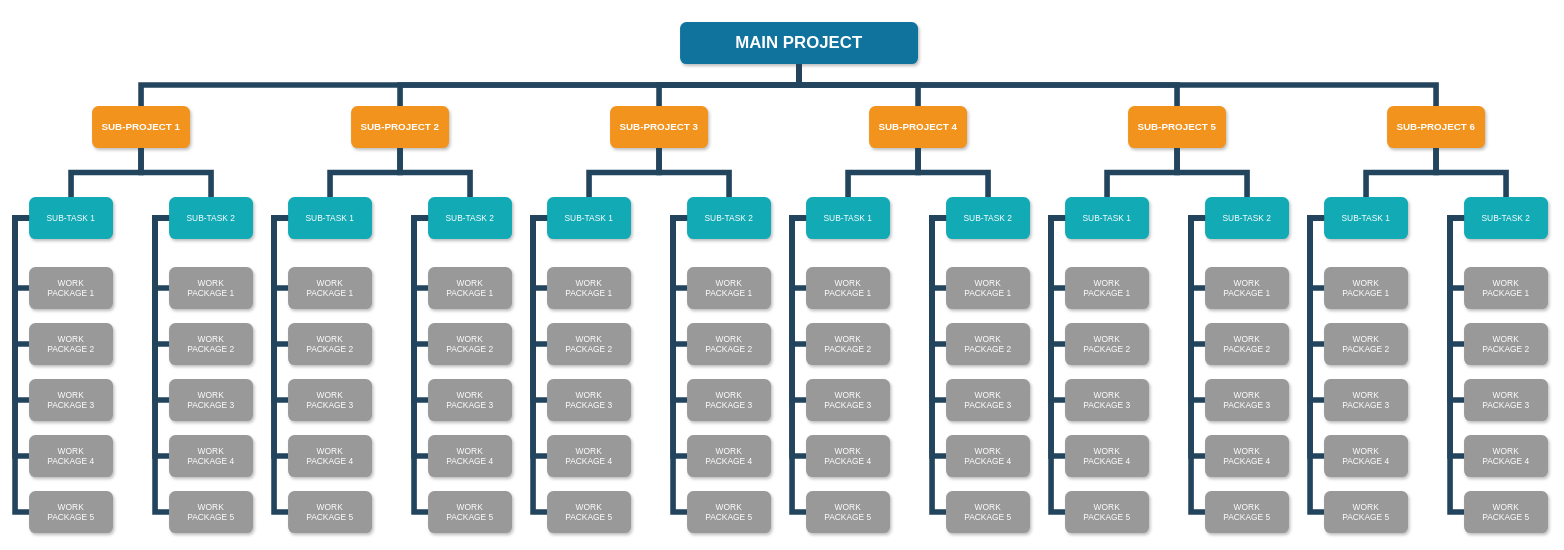
Before: Untitled Diagram.drawio in spawn1978/teclab, a draw.io diagram. Source tidied: cells renumbered, new cells numbered last; positions are measured from the earlier drawing's top-left corner, leaving out a move shared by most shapes. Both pictures are drawn from the tidied source at 70%, with x=0, y=0 at pixel (15, 22).
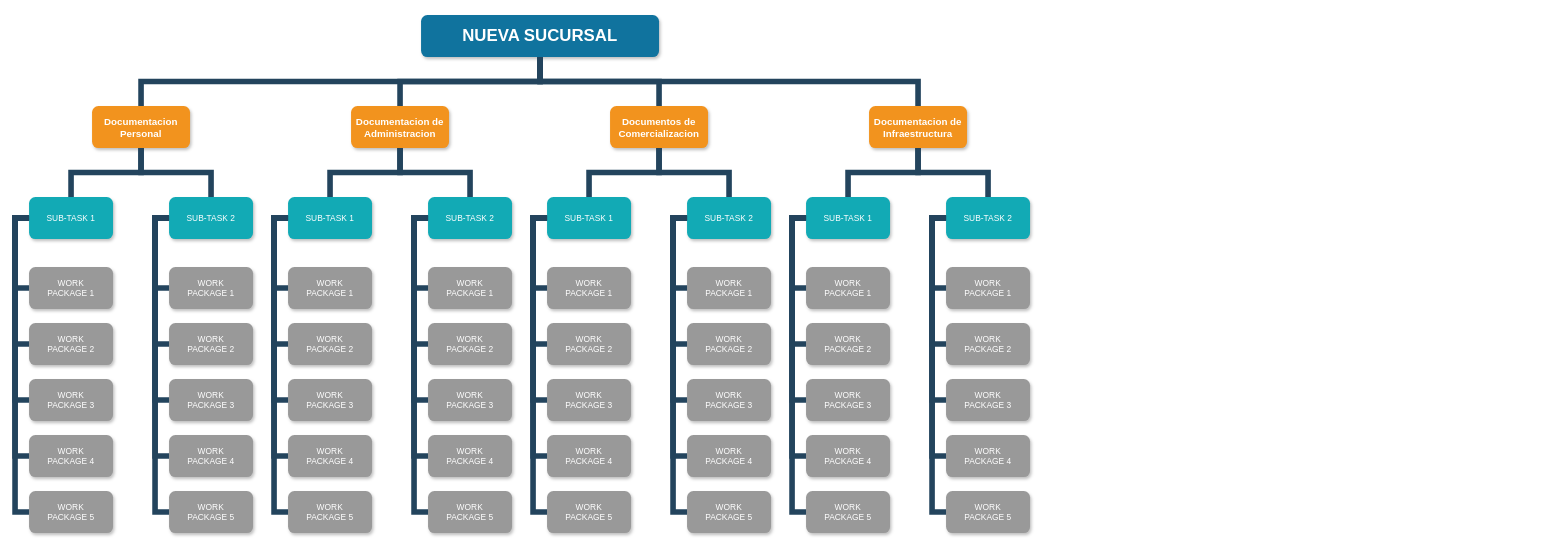
The same diagram, later.

What changed in the source:
```diff
@@
-    <mxCell id="2" value="MAIN PROJECT" style="whiteSpace=wrap;rounded=1;shadow=1;fillColor=#10739E;strokeColor=none;fontColor=#FFFFFF;fontStyle=1;fontSize=24;" parent="1" vertex="1">
-      <mxGeometry x="950" width="340" height="60" as="geometry" />
+    <mxCell id="2" value="NUEVA SUCURSAL" style="whiteSpace=wrap;rounded=1;shadow=1;fillColor=#10739E;strokeColor=none;fontColor=#FFFFFF;fontStyle=1;fontSize=24;" parent="1" vertex="1">
+      <mxGeometry x="580" y="-10" width="340" height="60" as="geometry" />
     </mxCell>
-    <mxCell id="3" value="SUB-PROJECT 1" style="whiteSpace=wrap;rounded=1;fillColor=#F2931E;strokeColor=none;shadow=1;fontColor=#FFFFFF;fontStyle=1;fontSize=14;" parent="1" vertex="1">
+    <mxCell id="3" value="Documentacion Personal" style="whiteSpace=wrap;rounded=1;fillColor=#F2931E;strokeColor=none;shadow=1;fontColor=#FFFFFF;fontStyle=1;fontSize=14;" parent="1" vertex="1">
       <mxGeometry x="110" y="120" width="140" height="60" as="geometry" />
     </mxCell>
-    <mxCell id="4" value="SUB-PROJECT 2" style="whiteSpace=wrap;rounded=1;fillColor=#F2931E;strokeColor=none;shadow=1;fontColor=#FFFFFF;fontStyle=1;fontSize=14;" parent="1" vertex="1">
+    <mxCell id="4" value="Documentacion de Administracion" style="whiteSpace=wrap;rounded=1;fillColor=#F2931E;strokeColor=none;shadow=1;fontColor=#FFFFFF;fontStyle=1;fontSize=14;" parent="1" vertex="1">
       <mxGeometry x="480" y="120" width="140" height="60" as="geometry" />
     </mxCell>
-    <mxCell id="5" value="SUB-PROJECT 6" style="whiteSpace=wrap;rounded=1;fillColor=#F2931E;strokeColor=none;shadow=1;fontColor=#FFFFFF;fontStyle=1;fontSize=14;" parent="1" vertex="1">
-      <mxGeometry x="1960" y="120" width="140" height="60" as="geometry" />
-    </mxCell>
-    <mxCell id="6" value="SUB-PROJECT 3" style="whiteSpace=wrap;rounded=1;fillColor=#F2931E;strokeColor=none;shadow=1;fontColor=#FFFFFF;fontStyle=1;fontSize=14;" parent="1" vertex="1">
+    <mxCell id="6" value="Documentos de Comercializacion" style="whiteSpace=wrap;rounded=1;fillColor=#F2931E;strokeColor=none;shadow=1;fontColor=#FFFFFF;fontStyle=1;fontSize=14;" parent="1" vertex="1">
       <mxGeometry x="850" y="120" width="140" height="60" as="geometry" />
     </mxCell>
-    <mxCell id="7" value="SUB-PROJECT 4" style="whiteSpace=wrap;rounded=1;fillColor=#F2931E;strokeColor=none;shadow=1;fontColor=#FFFFFF;fontStyle=1;fontSize=14;" parent="1" vertex="1">
+    <mxCell id="7" value="Documentacion de Infraestructura" style="whiteSpace=wrap;rounded=1;fillColor=#F2931E;strokeColor=none;shadow=1;fontColor=#FFFFFF;fontStyle=1;fontSize=14;" parent="1" vertex="1">
       <mxGeometry x="1220" y="120" width="140" height="60" as="geometry" />
     </mxCell>
-    <mxCell id="8" value="SUB-PROJECT 5" style="whiteSpace=wrap;rounded=1;fillColor=#F2931E;strokeColor=none;shadow=1;fontColor=#FFFFFF;fontStyle=1;fontSize=14;" parent="1" vertex="1">
-      <mxGeometry x="1590" y="120" width="140" height="60" as="geometry" />
-    </mxCell>
@@
-    <mxCell id="101" value="SUB-TASK 1" style="whiteSpace=wrap;rounded=1;fillColor=#12AAB5;strokeColor=none;shadow=1;fontColor=#FFFFFF;" parent="1" vertex="1">
-      <mxGeometry x="1500" y="250" width="120" height="60" as="geometry" />
-    </mxCell>
-    <mxCell id="102" value="SUB-TASK 2" style="whiteSpace=wrap;rounded=1;fillColor=#12AAB5;strokeColor=none;shadow=1;fontColor=#FFFFFF;" parent="1" vertex="1">
-      <mxGeometry x="1700" y="250" width="120" height="60" as="geometry" />
-    </mxCell>
-    <mxCell id="103" value="WORK&#10;PACKAGE 1" style="whiteSpace=wrap;rounded=1;fillColor=#999999;strokeColor=none;shadow=1;fontColor=#FFFFFF;fontStyle=0;" parent="1" vertex="1">
-      <mxGeometry x="1500" y="350" width="120" height="60" as="geometry" />
-    </mxCell>
-    <mxCell id="104" value="WORK&#10;PACKAGE 2" style="whiteSpace=wrap;rounded=1;fillColor=#999999;strokeColor=none;shadow=1;fontColor=#FFFFFF;fontStyle=0;" parent="1" vertex="1">
-      <mxGeometry x="1500" y="430" width="120" height="60" as="geometry" />
-    </mxCell>
-    <mxCell id="105" value="WORK&#10;PACKAGE 3" style="whiteSpace=wrap;rounded=1;fillColor=#999999;strokeColor=none;shadow=1;fontColor=#FFFFFF;fontStyle=0;" parent="1" vertex="1">
-      <mxGeometry x="1500" y="510" width="120" height="60" as="geometry" />
-    </mxCell>
-    <mxCell id="106" value="WORK&#10;PACKAGE 4" style="whiteSpace=wrap;rounded=1;fillColor=#999999;strokeColor=none;shadow=1;fontColor=#FFFFFF;fontStyle=0;" parent="1" vertex="1">
-      <mxGeometry x="1500" y="590" width="120" height="60" as="geometry" />
-    </mxCell>
-    <mxCell id="107" value="WORK&#10;PACKAGE 5" style="whiteSpace=wrap;rounded=1;fillColor=#999999;strokeColor=none;shadow=1;fontColor=#FFFFFF;fontStyle=0;" parent="1" vertex="1">
-      <mxGeometry x="1500" y="670" width="120" height="60" as="geometry" />
-    </mxCell>
-    <mxCell id="108" value="WORK&#10;PACKAGE 1" style="whiteSpace=wrap;rounded=1;fillColor=#999999;strokeColor=none;shadow=1;fontColor=#FFFFFF;fontStyle=0;" parent="1" vertex="1">
-      <mxGeometry x="1700" y="350" width="120" height="60" as="geometry" />
-    </mxCell>
-    <mxCell id="109" value="WORK&#10;PACKAGE 2" style="whiteSpace=wrap;rounded=1;fillColor=#999999;strokeColor=none;shadow=1;fontColor=#FFFFFF;fontStyle=0;" parent="1" vertex="1">
-      <mxGeometry x="1700" y="430" width="120" height="60" as="geometry" />
-    </mxCell>
-    <mxCell id="110" value="WORK&#10;PACKAGE 3" style="whiteSpace=wrap;rounded=1;fillColor=#999999;strokeColor=none;shadow=1;fontColor=#FFFFFF;fontStyle=0;" parent="1" vertex="1">
-      <mxGeometry x="1700" y="510" width="120" height="60" as="geometry" />
-    </mxCell>
-    <mxCell id="111" value="WORK&#10;PACKAGE 4" style="whiteSpace=wrap;rounded=1;fillColor=#999999;strokeColor=none;shadow=1;fontColor=#FFFFFF;fontStyle=0;" parent="1" vertex="1">
-      <mxGeometry x="1700" y="590" width="120" height="60" as="geometry" />
-    </mxCell>
-    <mxCell id="112" value="WORK&#10;PACKAGE 5" style="whiteSpace=wrap;rounded=1;fillColor=#999999;strokeColor=none;shadow=1;fontColor=#FFFFFF;fontStyle=0;" parent="1" vertex="1">
-      <mxGeometry x="1700" y="670" width="120" height="60" as="geometry" />
-    </mxCell>
-    <mxCell id="113" style="edgeStyle=elbowEdgeStyle;elbow=horizontal;rounded=0;fontColor=#000000;endArrow=none;endFill=0;strokeWidth=8;strokeColor=#23445D;" parent="1" edge="1" source="101" target="103">
-      <mxGeometry relative="1" as="geometry">
-        <Array as="points">
-          <mxPoint x="1480" y="330" />
-        </Array>
-      </mxGeometry>
-    </mxCell>
-    <mxCell id="114" style="edgeStyle=elbowEdgeStyle;elbow=horizontal;rounded=0;fontColor=#000000;endArrow=none;endFill=0;strokeWidth=8;strokeColor=#23445D;" parent="1" edge="1" source="101" target="104">
-      <mxGeometry relative="1" as="geometry">
-        <Array as="points">
-          <mxPoint x="1480" y="370" />
-        </Array>
-      </mxGeometry>
-    </mxCell>
-    <mxCell id="115" style="edgeStyle=elbowEdgeStyle;elbow=horizontal;rounded=0;fontColor=#000000;endArrow=none;endFill=0;strokeWidth=8;strokeColor=#23445D;" parent="1" edge="1" source="101" target="107">
-      <mxGeometry relative="1" as="geometry">
-        <Array as="points">
-          <mxPoint x="1480" y="500" />
-        </Array>
-      </mxGeometry>
-    </mxCell>
-    <mxCell id="116" style="edgeStyle=elbowEdgeStyle;elbow=horizontal;rounded=0;fontColor=#000000;endArrow=none;endFill=0;strokeWidth=8;strokeColor=#23445D;" parent="1" edge="1" source="101" target="106">
-      <mxGeometry relative="1" as="geometry">
-        <Array as="points">
-          <mxPoint x="1480" y="450" />
-        </Array>
-      </mxGeometry>
-    </mxCell>
-    <mxCell id="117" style="edgeStyle=elbowEdgeStyle;elbow=horizontal;rounded=0;fontColor=#000000;endArrow=none;endFill=0;strokeWidth=8;strokeColor=#23445D;" parent="1" edge="1" source="101" target="105">
-      <mxGeometry relative="1" as="geometry">
-        <Array as="points">
-          <mxPoint x="1480" y="420" />
-        </Array>
-      </mxGeometry>
-    </mxCell>
-    <mxCell id="118" style="edgeStyle=elbowEdgeStyle;elbow=horizontal;rounded=0;fontColor=#000000;endArrow=none;endFill=0;strokeWidth=8;strokeColor=#23445D;" parent="1" edge="1" source="102" target="108">
-      <mxGeometry relative="1" as="geometry">
-        <Array as="points">
-          <mxPoint x="1680" y="330" />
-        </Array>
-      </mxGeometry>
-    </mxCell>
-    <mxCell id="119" style="edgeStyle=elbowEdgeStyle;elbow=horizontal;rounded=0;fontColor=#000000;endArrow=none;endFill=0;strokeWidth=8;strokeColor=#23445D;" parent="1" edge="1" source="102" target="109">
-      <mxGeometry relative="1" as="geometry">
-        <Array as="points">
-          <mxPoint x="1680" y="370" />
-        </Array>
-      </mxGeometry>
-    </mxCell>
-    <mxCell id="120" style="edgeStyle=elbowEdgeStyle;elbow=horizontal;rounded=0;fontColor=#000000;endArrow=none;endFill=0;strokeWidth=8;strokeColor=#23445D;" parent="1" edge="1" source="102" target="112">
-      <mxGeometry relative="1" as="geometry">
-        <Array as="points">
-          <mxPoint x="1680" y="490" />
-        </Array>
-      </mxGeometry>
-    </mxCell>
-    <mxCell id="121" style="edgeStyle=elbowEdgeStyle;elbow=horizontal;rounded=0;fontColor=#000000;endArrow=none;endFill=0;strokeWidth=8;strokeColor=#23445D;" parent="1" edge="1" source="102" target="111">
-      <mxGeometry relative="1" as="geometry">
-        <Array as="points">
-          <mxPoint x="1680" y="450" />
-        </Array>
-      </mxGeometry>
-    </mxCell>
-    <mxCell id="122" style="edgeStyle=elbowEdgeStyle;elbow=horizontal;rounded=0;fontColor=#000000;endArrow=none;endFill=0;strokeWidth=8;strokeColor=#23445D;" parent="1" edge="1" source="102" target="110">
-      <mxGeometry relative="1" as="geometry">
-        <Array as="points">
-          <mxPoint x="1680" y="420" />
-        </Array>
-      </mxGeometry>
-    </mxCell>
-    <mxCell id="123" value="SUB-TASK 1" style="whiteSpace=wrap;rounded=1;fillColor=#12AAB5;strokeColor=none;shadow=1;fontColor=#FFFFFF;" parent="1" vertex="1">
-      <mxGeometry x="1870" y="250" width="120" height="60" as="geometry" />
-    </mxCell>
-    <mxCell id="124" value="SUB-TASK 2" style="whiteSpace=wrap;rounded=1;fillColor=#12AAB5;strokeColor=none;shadow=1;fontColor=#FFFFFF;" parent="1" vertex="1">
-      <mxGeometry x="2070" y="250" width="120" height="60" as="geometry" />
-    </mxCell>
-    <mxCell id="125" value="WORK&#10;PACKAGE 1" style="whiteSpace=wrap;rounded=1;fillColor=#999999;strokeColor=none;shadow=1;fontColor=#FFFFFF;fontStyle=0;" parent="1" vertex="1">
-      <mxGeometry x="1870" y="350" width="120" height="60" as="geometry" />
-    </mxCell>
-    <mxCell id="126" value="WORK&#10;PACKAGE 2" style="whiteSpace=wrap;rounded=1;fillColor=#999999;strokeColor=none;shadow=1;fontColor=#FFFFFF;fontStyle=0;" parent="1" vertex="1">
-      <mxGeometry x="1870" y="430" width="120" height="60" as="geometry" />
-    </mxCell>
-    <mxCell id="127" value="WORK&#10;PACKAGE 3" style="whiteSpace=wrap;rounded=1;fillColor=#999999;strokeColor=none;shadow=1;fontColor=#FFFFFF;fontStyle=0;" parent="1" vertex="1">
-      <mxGeometry x="1870" y="510" width="120" height="60" as="geometry" />
-    </mxCell>
-    <mxCell id="128" value="WORK&#10;PACKAGE 4" style="whiteSpace=wrap;rounded=1;fillColor=#999999;strokeColor=none;shadow=1;fontColor=#FFFFFF;fontStyle=0;" parent="1" vertex="1">
-      <mxGeometry x="1870" y="590" width="120" height="60" as="geometry" />
-    </mxCell>
-    <mxCell id="129" value="WORK&#10;PACKAGE 5" style="whiteSpace=wrap;rounded=1;fillColor=#999999;strokeColor=none;shadow=1;fontColor=#FFFFFF;fontStyle=0;" parent="1" vertex="1">
-      <mxGeometry x="1870" y="670" width="120" height="60" as="geometry" />
-    </mxCell>
-    <mxCell id="130" value="WORK&#10;PACKAGE 1" style="whiteSpace=wrap;rounded=1;fillColor=#999999;strokeColor=none;shadow=1;fontColor=#FFFFFF;fontStyle=0;" parent="1" vertex="1">
-      <mxGeometry x="2070" y="350" width="120" height="60" as="geometry" />
-    </mxCell>
-    <mxCell id="131" value="WORK&#10;PACKAGE 2" style="whiteSpace=wrap;rounded=1;fillColor=#999999;strokeColor=none;shadow=1;fontColor=#FFFFFF;fontStyle=0;" parent="1" vertex="1">
-      <mxGeometry x="2070" y="430" width="120" height="60" as="geometry" />
-    </mxCell>
-    <mxCell id="132" value="WORK&#10;PACKAGE 3" style="whiteSpace=wrap;rounded=1;fillColor=#999999;strokeColor=none;shadow=1;fontColor=#FFFFFF;fontStyle=0;" parent="1" vertex="1">
-      <mxGeometry x="2070" y="510" width="120" height="60" as="geometry" />
-    </mxCell>
-    <mxCell id="133" value="WORK&#10;PACKAGE 4" style="whiteSpace=wrap;rounded=1;fillColor=#999999;strokeColor=none;shadow=1;fontColor=#FFFFFF;fontStyle=0;" parent="1" vertex="1">
-      <mxGeometry x="2070" y="590" width="120" height="60" as="geometry" />
-    </mxCell>
-    <mxCell id="134" value="WORK&#10;PACKAGE 5" style="whiteSpace=wrap;rounded=1;fillColor=#999999;strokeColor=none;shadow=1;fontColor=#FFFFFF;fontStyle=0;" parent="1" vertex="1">
-      <mxGeometry x="2070" y="670" width="120" height="60" as="geometry" />
-    </mxCell>
-    <mxCell id="135" style="edgeStyle=elbowEdgeStyle;elbow=horizontal;rounded=0;fontColor=#000000;endArrow=none;endFill=0;strokeWidth=8;strokeColor=#23445D;" parent="1" edge="1" source="123" target="125">
-      <mxGeometry relative="1" as="geometry">
-        <Array as="points">
-          <mxPoint x="1850" y="330" />
-        </Array>
-      </mxGeometry>
-    </mxCell>
-    <mxCell id="136" style="edgeStyle=elbowEdgeStyle;elbow=horizontal;rounded=0;fontColor=#000000;endArrow=none;endFill=0;strokeWidth=8;strokeColor=#23445D;" parent="1" edge="1" source="123" target="126">
-      <mxGeometry relative="1" as="geometry">
-        <Array as="points">
-          <mxPoint x="1850" y="370" />
-        </Array>
-      </mxGeometry>
-    </mxCell>
-    <mxCell id="137" style="edgeStyle=elbowEdgeStyle;elbow=horizontal;rounded=0;fontColor=#000000;endArrow=none;endFill=0;strokeWidth=8;strokeColor=#23445D;" parent="1" edge="1" source="123" target="129">
-      <mxGeometry relative="1" as="geometry">
-        <Array as="points">
-          <mxPoint x="1850" y="500" />
-        </Array>
-      </mxGeometry>
-    </mxCell>
-    <mxCell id="138" style="edgeStyle=elbowEdgeStyle;elbow=horizontal;rounded=0;fontColor=#000000;endArrow=none;endFill=0;strokeWidth=8;strokeColor=#23445D;" parent="1" edge="1" source="123" target="128">
-      <mxGeometry relative="1" as="geometry">
-        <Array as="points">
-          <mxPoint x="1850" y="450" />
-        </Array>
-      </mxGeometry>
-    </mxCell>
-    <mxCell id="139" style="edgeStyle=elbowEdgeStyle;elbow=horizontal;rounded=0;fontColor=#000000;endArrow=none;endFill=0;strokeWidth=8;strokeColor=#23445D;" parent="1" edge="1" source="123" target="127">
-      <mxGeometry relative="1" as="geometry">
-        <Array as="points">
-          <mxPoint x="1850" y="420" />
-        </Array>
-      </mxGeometry>
-    </mxCell>
-    <mxCell id="140" style="edgeStyle=elbowEdgeStyle;elbow=horizontal;rounded=0;fontColor=#000000;endArrow=none;endFill=0;strokeWidth=8;strokeColor=#23445D;" parent="1" edge="1" source="124" target="130">
-      <mxGeometry relative="1" as="geometry">
-        <Array as="points">
-          <mxPoint x="2050" y="330" />
-        </Array>
-      </mxGeometry>
-    </mxCell>
-    <mxCell id="141" style="edgeStyle=elbowEdgeStyle;elbow=horizontal;rounded=0;fontColor=#000000;endArrow=none;endFill=0;strokeWidth=8;strokeColor=#23445D;" parent="1" edge="1" source="124" target="131">
-      <mxGeometry relative="1" as="geometry">
-        <Array as="points">
-          <mxPoint x="2050" y="370" />
-        </Array>
-      </mxGeometry>
-    </mxCell>
-    <mxCell id="142" style="edgeStyle=elbowEdgeStyle;elbow=horizontal;rounded=0;fontColor=#000000;endArrow=none;endFill=0;strokeWidth=8;strokeColor=#23445D;" parent="1" edge="1" source="124" target="134">
-      <mxGeometry relative="1" as="geometry">
-        <Array as="points">
-          <mxPoint x="2050" y="490" />
-        </Array>
-      </mxGeometry>
-    </mxCell>
-    <mxCell id="143" style="edgeStyle=elbowEdgeStyle;elbow=horizontal;rounded=0;fontColor=#000000;endArrow=none;endFill=0;strokeWidth=8;strokeColor=#23445D;" parent="1" edge="1" source="124" target="133">
-      <mxGeometry relative="1" as="geometry">
-        <Array as="points">
-          <mxPoint x="2050" y="450" />
-        </Array>
-      </mxGeometry>
-    </mxCell>
-    <mxCell id="144" style="edgeStyle=elbowEdgeStyle;elbow=horizontal;rounded=0;fontColor=#000000;endArrow=none;endFill=0;strokeWidth=8;strokeColor=#23445D;" parent="1" edge="1" source="124" target="132">
-      <mxGeometry relative="1" as="geometry">
-        <Array as="points">
-          <mxPoint x="2050" y="420" />
-        </Array>
-      </mxGeometry>
-    </mxCell>
@@
-    <mxCell id="149" style="edgeStyle=elbowEdgeStyle;elbow=vertical;rounded=0;fontColor=#000000;endArrow=none;endFill=0;strokeWidth=8;strokeColor=#23445D;" parent="1" edge="1" source="8" target="101">
-      <mxGeometry relative="1" as="geometry" />
-    </mxCell>
-    <mxCell id="150" style="edgeStyle=elbowEdgeStyle;elbow=vertical;rounded=0;fontColor=#000000;endArrow=none;endFill=0;strokeWidth=8;strokeColor=#23445D;" parent="1" edge="1" source="8" target="102">
-      <mxGeometry relative="1" as="geometry" />
-    </mxCell>
-    <mxCell id="151" style="edgeStyle=elbowEdgeStyle;elbow=vertical;rounded=0;fontColor=#000000;endArrow=none;endFill=0;strokeWidth=8;strokeColor=#23445D;" parent="1" edge="1" source="5" target="123">
-      <mxGeometry relative="1" as="geometry" />
-    </mxCell>
-    <mxCell id="152" style="edgeStyle=elbowEdgeStyle;elbow=vertical;rounded=0;fontColor=#000000;endArrow=none;endFill=0;strokeWidth=8;strokeColor=#23445D;" parent="1" edge="1" source="5" target="124">
-      <mxGeometry relative="1" as="geometry" />
-    </mxCell>
@@
-    <mxCell id="157" style="edgeStyle=elbowEdgeStyle;elbow=vertical;rounded=0;fontColor=#000000;endArrow=none;endFill=0;strokeWidth=8;strokeColor=#23445D;" parent="1" edge="1" source="2" target="8">
-      <mxGeometry relative="1" as="geometry" />
-    </mxCell>
-    <mxCell id="158" style="edgeStyle=elbowEdgeStyle;elbow=vertical;rounded=0;fontColor=#000000;endArrow=none;endFill=0;strokeWidth=8;strokeColor=#23445D;" parent="1" edge="1" source="2" target="5">
-      <mxGeometry relative="1" as="geometry" />
-    </mxCell>
```
